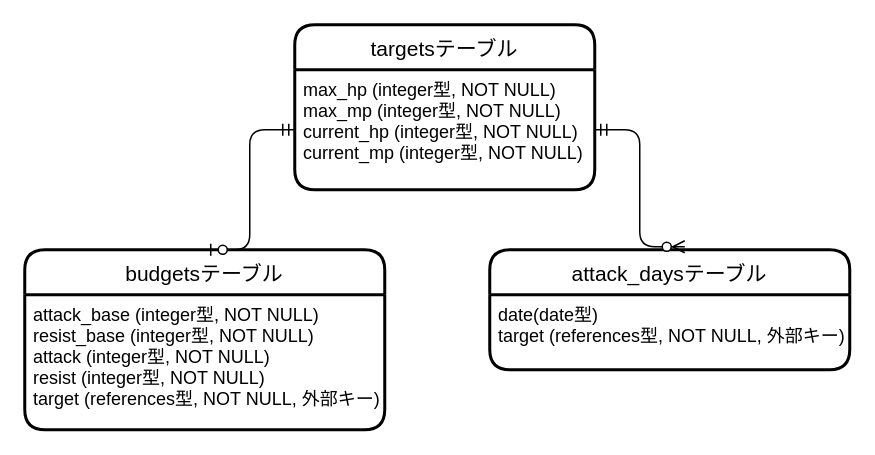
Before: ER.dio in kanieksuke/mammon-quest, a draw.io diagram. Source tidied: cells renumbered, new cells numbered last; positions are measured from the earlier drawing's top-left corner, leaving out a move shared by most shapes. Both pictures are drawn from the tidied source at 150%, with x=0, y=0 at pixel (24, 24).
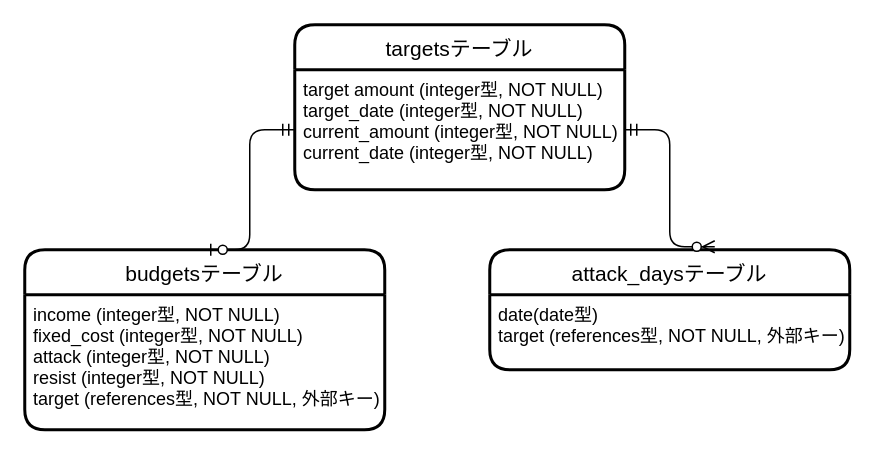
After the change.

The edit, as a diff of the source:
```diff
@@
 <mxGraphModel>
   <root>
     <mxCell id="0" />
     <mxCell id="1" parent="0" />
     <mxCell id="2" value="targetsテーブル" style="swimlane;horizontal=1;startSize=30;rounded=1;fontSize=14;fontStyle=0;strokeWidth=2;shadow=0;dashed=0;align=center;" parent="1" vertex="1">
-      <mxGeometry x="180" width="200" height="110" as="geometry" />
+      <mxGeometry x="180" width="220" height="110" as="geometry" />
     </mxCell>
-    <mxCell id="3" value="max_hp (integer型, NOT NULL)&#10;max_mp (integer型, NOT NULL)&#10;current_hp (integer型, NOT NULL)&#10;current_mp (integer型, NOT NULL)" style="align=left;strokeColor=none;fillColor=none;spacingLeft=4;fontSize=12;verticalAlign=top;" parent="2" vertex="1">
-      <mxGeometry y="30" width="200" height="80" as="geometry" />
+    <mxCell id="3" value="target amount (integer型, NOT NULL)&#10;target_date (integer型, NOT NULL)&#10;current_amount (integer型, NOT NULL)&#10;current_date (integer型, NOT NULL)" style="align=left;strokeColor=none;fillColor=none;spacingLeft=4;fontSize=12;verticalAlign=top;" parent="2" vertex="1">
+      <mxGeometry y="30" width="220" height="80" as="geometry" />
     </mxCell>
     <mxCell id="4" value="budgetsテーブル" style="swimlane;horizontal=1;startSize=30;rounded=1;fontSize=14;fontStyle=0;strokeWidth=2;shadow=0;dashed=0;align=center;" parent="1" vertex="1">
       <mxGeometry y="150" width="240" height="120" as="geometry" />
     </mxCell>
-    <mxCell id="5" value="attack_base (integer型, NOT NULL)&#10;resist_base (integer型, NOT NULL)&#10;attack (integer型, NOT NULL)&#10;resist (integer型, NOT NULL)&#10;target (references型, NOT NULL, 外部キー)" style="align=left;strokeColor=none;fillColor=none;spacingLeft=4;fontSize=12;verticalAlign=top;" parent="4" vertex="1">
+    <mxCell id="5" value="income (integer型, NOT NULL)&#10;fixed_cost (integer型, NOT NULL)&#10;attack (integer型, NOT NULL)&#10;resist (integer型, NOT NULL)&#10;target (references型, NOT NULL, 外部キー)" style="align=left;strokeColor=none;fillColor=none;spacingLeft=4;fontSize=12;verticalAlign=top;" parent="4" vertex="1">
       <mxGeometry y="30" width="240" height="90" as="geometry" />
     </mxCell>
     <mxCell id="6" value="attack_daysテーブル" style="swimlane;horizontal=1;startSize=30;rounded=1;fontSize=14;fontStyle=0;strokeWidth=2;shadow=0;dashed=0;align=center;" parent="1" vertex="1">
       <mxGeometry x="310" y="150" width="240" height="80" as="geometry" />
     </mxCell>
     <mxCell id="7" value="date(date型)&#10;target (references型, NOT NULL, 外部キー)" style="align=left;strokeColor=none;fillColor=none;spacingLeft=4;fontSize=12;verticalAlign=top;" parent="6" vertex="1">
       <mxGeometry y="30" width="240" height="50" as="geometry" />
     </mxCell>
     <mxCell id="8" style="edgeStyle=entityRelationEdgeStyle;fontSize=12;html=1;endArrow=ERzeroToOne;startArrow=ERmandOne;exitX=0;exitY=0.5;exitDx=0;exitDy=0;entryX=0.5;entryY=0;entryDx=0;entryDy=0;" parent="1" edge="1" source="3" target="4">
       <mxGeometry relative="1" as="geometry" />
     </mxCell>
     <mxCell id="9" style="edgeStyle=entityRelationEdgeStyle;fontSize=12;html=1;endArrow=ERzeroToMany;startArrow=ERmandOne;exitX=1;exitY=0.5;exitDx=0;exitDy=0;" parent="1" edge="1" source="3">
       <mxGeometry relative="1" as="geometry">
-        <mxPoint x="440" y="148" as="targetPoint" />
+        <mxPoint x="460" y="148" as="targetPoint" />
       </mxGeometry>
     </mxCell>
   </root>
 </mxGraphModel>
```
